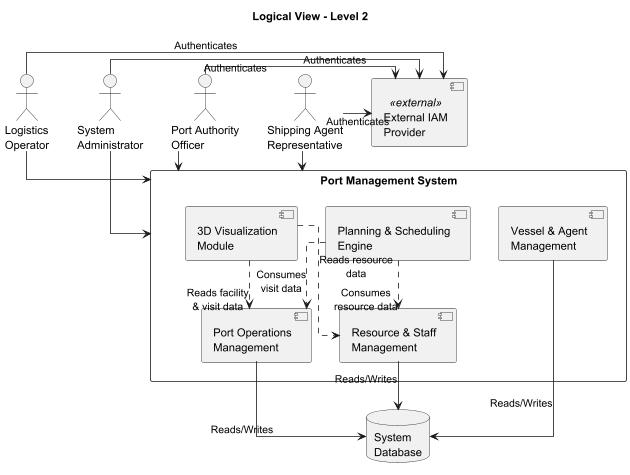
The PlantUML diagram docs/PNG/logical02.png in adampawelka/PortManagement, before a commit.
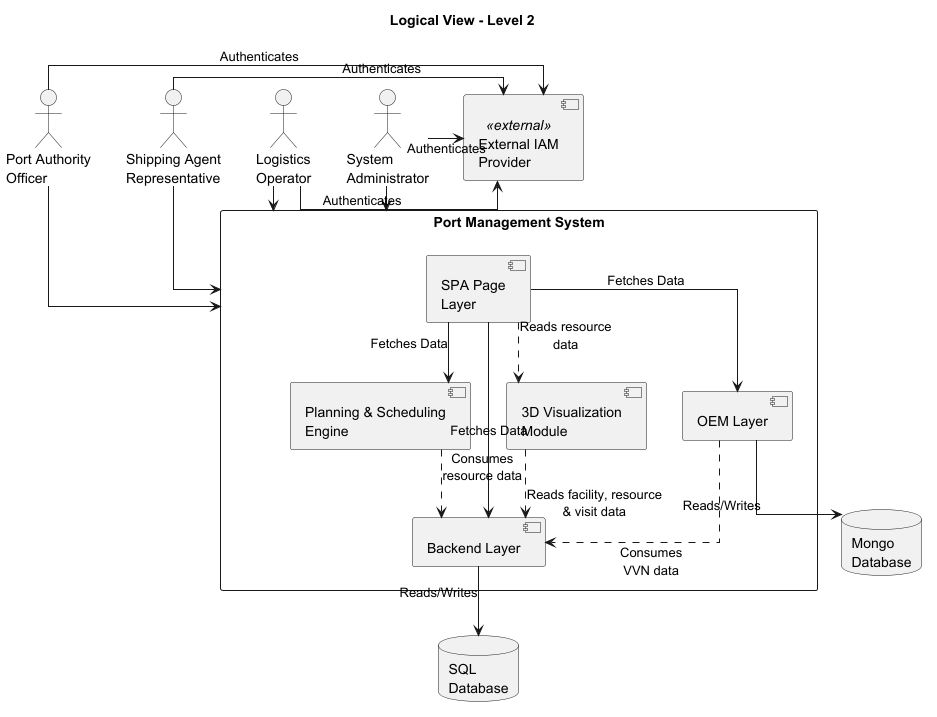
Later version of the same file.

Change to the diagram source:
```diff
@@ -6,9 +6,9 @@
 title Logical View - Level 2
 
 package "Port Management System" {
-    [Port Operations\nManagement] as POM
-    [Resource & Staff\nManagement] as RSM
-    [Vessel & Agent\nManagement] as VAM
+    [SPA Page\nLayer] as SPA
+    [Backend Layer] as BEL
+    [OEM Layer] as OEM
     [Planning & Scheduling\nEngine] as PSE
     [3D Visualization\nModule] as VIZ
 }
@@ -19,20 +19,23 @@
 actor "System\nAdministrator" as ADMIN
 
 component "External IAM\nProvider" as IAM <<external>>
-database "System\nDatabase" as DB
+database "SQL\nDatabase" as SQL
+database "Mongo\nDatabase" as MDB
 
 PAO --> "Port Management System"
 SAR --> "Port Management System"
 LO --> "Port Management System"
 ADMIN --> "Port Management System"
 
-POM --> DB : Reads/Writes
-VAM --> DB : Reads/Writes
-RSM --> DB : Reads/Writes
-PSE ..> POM : Consumes\nvisit data
-PSE ..> RSM : Consumes\nresource data
-VIZ ..> POM : Reads facility\n& visit data
-VIZ ..> RSM : Reads resource\ndata
+SPA --> BEL : Fetches Data
+SPA --> OEM : Fetches Data
+SPA --> PSE : Fetches Data
+BEL --> SQL : Reads/Writes
+OEM --> MDB : Reads/Writes
+OEM ..> BEL : Consumes\nVVN data
+PSE ..> BEL : Consumes\nresource data
+VIZ ..> BEL : Reads facility, resource\n& visit data
+SPA ..> VIZ : Reads resource\ndata
 
 PAO -> IAM : Authenticates
 SAR -> IAM : Authenticates
```
